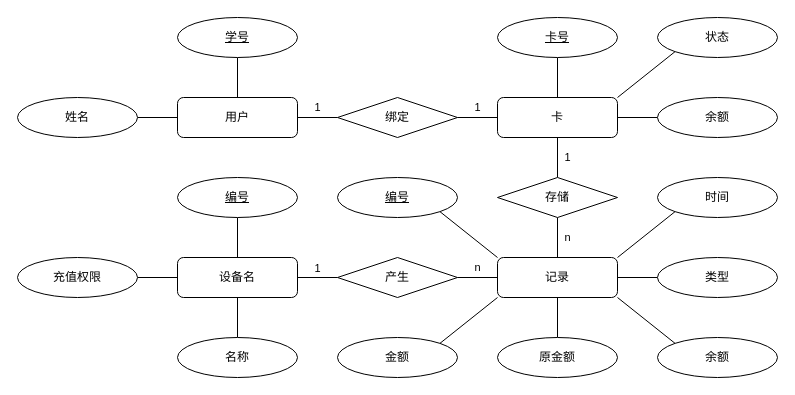
Above: doc/source/ER.drawio in typingbugs/CardManageSystem (draw.io), before the change. Source tidied: cells renumbered, new cells numbered last; positions are measured from the earlier drawing's top-left corner, leaving out a move shared by most shapes. Both pictures are drawn from the tidied source at 100%, with x=0, y=0 at pixel (17, 17).
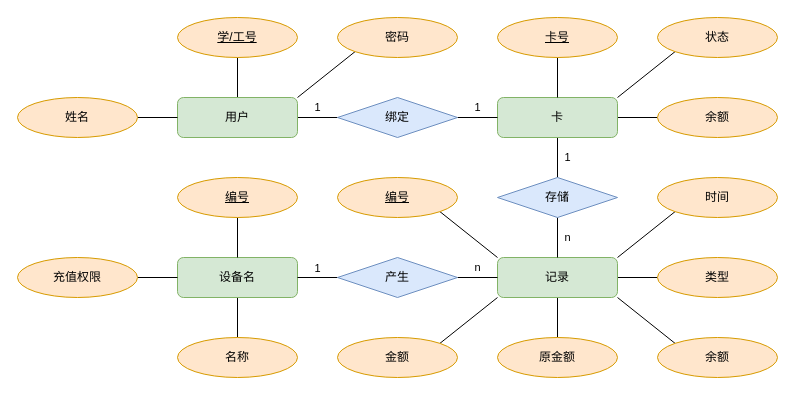
After the change.

What changed in the source:
```diff
@@
-    <mxCell id="4" value="卡" style="rounded=1;whiteSpace=wrap;html=1;" parent="1" vertex="1">
+    <mxCell id="4" value="卡" style="rounded=1;whiteSpace=wrap;html=1;fillColor=#d5e8d4;strokeColor=#82b366;" parent="1" vertex="1">
       <mxGeometry x="480" y="80" width="120" height="40" as="geometry" />
     </mxCell>
@@
+    <mxCell id="44" style="rounded=0;jettySize=auto;html=1;exitX=1;exitY=0;exitDx=0;exitDy=0;entryX=0;entryY=1;entryDx=0;entryDy=0;endArrow=none;endFill=0;" parent="1" edge="1" source="7" target="45">
+      <mxGeometry relative="1" as="geometry" />
+    </mxCell>
-    <mxCell id="7" value="用户" style="rounded=1;whiteSpace=wrap;html=1;" parent="1" vertex="1">
+    <mxCell id="7" value="用户" style="rounded=1;whiteSpace=wrap;html=1;fillColor=#d5e8d4;strokeColor=#82b366;" parent="1" vertex="1">
       <mxGeometry x="160" y="80" width="120" height="40" as="geometry" />
     </mxCell>
@@
-    <mxCell id="13" value="记录" style="rounded=1;whiteSpace=wrap;html=1;" parent="1" vertex="1">
+    <mxCell id="13" value="记录" style="rounded=1;whiteSpace=wrap;html=1;fillColor=#d5e8d4;strokeColor=#82b366;" parent="1" vertex="1">
       <mxGeometry x="480" y="240" width="120" height="40" as="geometry" />
     </mxCell>
-    <mxCell id="14" value="&lt;u&gt;学号&lt;/u&gt;" style="ellipse;whiteSpace=wrap;html=1;" parent="1" vertex="1">
+    <mxCell id="14" value="&lt;u&gt;学/工号&lt;/u&gt;" style="ellipse;whiteSpace=wrap;html=1;fillColor=#ffe6cc;strokeColor=#d79b00;" parent="1" vertex="1">
       <mxGeometry x="160" width="120" height="40" as="geometry" />
     </mxCell>
-    <mxCell id="15" value="余额" style="ellipse;whiteSpace=wrap;html=1;" parent="1" vertex="1">
+    <mxCell id="15" value="余额" style="ellipse;whiteSpace=wrap;html=1;fillColor=#ffe6cc;strokeColor=#d79b00;" parent="1" vertex="1">
       <mxGeometry x="640" y="80" width="120" height="40" as="geometry" />
     </mxCell>
@@
-    <mxCell id="17" value="&lt;u&gt;卡号&lt;/u&gt;" style="ellipse;whiteSpace=wrap;html=1;" parent="1" vertex="1">
+    <mxCell id="17" value="&lt;u&gt;卡号&lt;/u&gt;" style="ellipse;whiteSpace=wrap;html=1;fillColor=#ffe6cc;strokeColor=#d79b00;" parent="1" vertex="1">
       <mxGeometry x="480" width="120" height="40" as="geometry" />
     </mxCell>
@@
-    <mxCell id="19" value="状态" style="ellipse;whiteSpace=wrap;html=1;" parent="1" vertex="1">
+    <mxCell id="19" value="状态" style="ellipse;whiteSpace=wrap;html=1;fillColor=#ffe6cc;strokeColor=#d79b00;" parent="1" vertex="1">
       <mxGeometry x="640" width="120" height="40" as="geometry" />
     </mxCell>
@@
-    <mxCell id="21" value="绑定" style="rhombus;whiteSpace=wrap;html=1;" parent="1" vertex="1">
+    <mxCell id="21" value="绑定" style="rhombus;whiteSpace=wrap;html=1;fillColor=#dae8fc;strokeColor=#6c8ebf;" parent="1" vertex="1">
       <mxGeometry x="320" y="80" width="120" height="40" as="geometry" />
     </mxCell>
@@
-    <mxCell id="23" value="存储" style="rhombus;whiteSpace=wrap;html=1;" parent="1" vertex="1">
+    <mxCell id="23" value="存储" style="rhombus;whiteSpace=wrap;html=1;fillColor=#dae8fc;strokeColor=#6c8ebf;" parent="1" vertex="1">
       <mxGeometry x="480" y="160" width="120" height="40" as="geometry" />
     </mxCell>
@@
-    <mxCell id="25" value="&lt;u&gt;编号&lt;/u&gt;" style="ellipse;whiteSpace=wrap;html=1;" parent="1" vertex="1">
+    <mxCell id="25" value="&lt;u&gt;编号&lt;/u&gt;" style="ellipse;whiteSpace=wrap;html=1;fillColor=#ffe6cc;strokeColor=#d79b00;" parent="1" vertex="1">
       <mxGeometry x="320" y="160" width="120" height="40" as="geometry" />
     </mxCell>
-    <mxCell id="26" value="金额" style="ellipse;whiteSpace=wrap;html=1;" parent="1" vertex="1">
+    <mxCell id="26" value="金额" style="ellipse;whiteSpace=wrap;html=1;fillColor=#ffe6cc;strokeColor=#d79b00;" parent="1" vertex="1">
       <mxGeometry x="320" y="320" width="120" height="40" as="geometry" />
     </mxCell>
-    <mxCell id="27" value="原金额" style="ellipse;whiteSpace=wrap;html=1;" parent="1" vertex="1">
+    <mxCell id="27" value="原金额" style="ellipse;whiteSpace=wrap;html=1;fillColor=#ffe6cc;strokeColor=#d79b00;" parent="1" vertex="1">
       <mxGeometry x="480" y="320" width="120" height="40" as="geometry" />
     </mxCell>
-    <mxCell id="28" value="类型" style="ellipse;whiteSpace=wrap;html=1;" parent="1" vertex="1">
+    <mxCell id="28" value="类型" style="ellipse;whiteSpace=wrap;html=1;fillColor=#ffe6cc;strokeColor=#d79b00;" parent="1" vertex="1">
       <mxGeometry x="640" y="240" width="120" height="40" as="geometry" />
     </mxCell>
-    <mxCell id="29" value="余额" style="ellipse;whiteSpace=wrap;html=1;" parent="1" vertex="1">
+    <mxCell id="29" value="余额" style="ellipse;whiteSpace=wrap;html=1;fillColor=#ffe6cc;strokeColor=#d79b00;" parent="1" vertex="1">
       <mxGeometry x="640" y="320" width="120" height="40" as="geometry" />
     </mxCell>
-    <mxCell id="30" value="时间" style="ellipse;whiteSpace=wrap;html=1;" parent="1" vertex="1">
+    <mxCell id="30" value="时间" style="ellipse;whiteSpace=wrap;html=1;fillColor=#ffe6cc;strokeColor=#d79b00;" parent="1" vertex="1">
       <mxGeometry x="640" y="160" width="120" height="40" as="geometry" />
     </mxCell>
@@
-    <mxCell id="32" value="设备名" style="rounded=1;whiteSpace=wrap;html=1;" parent="1" vertex="1">
+    <mxCell id="32" value="设备名" style="rounded=1;whiteSpace=wrap;html=1;fillColor=#d5e8d4;strokeColor=#82b366;" parent="1" vertex="1">
       <mxGeometry x="160" y="240" width="120" height="40" as="geometry" />
     </mxCell>
@@
-    <mxCell id="36" value="产生" style="rhombus;whiteSpace=wrap;html=1;" parent="1" vertex="1">
+    <mxCell id="36" value="产生" style="rhombus;whiteSpace=wrap;html=1;fillColor=#dae8fc;strokeColor=#6c8ebf;" parent="1" vertex="1">
       <mxGeometry x="320" y="240" width="120" height="40" as="geometry" />
     </mxCell>
@@
-    <mxCell id="38" value="&lt;u&gt;编号&lt;/u&gt;" style="ellipse;whiteSpace=wrap;html=1;" parent="1" vertex="1">
+    <mxCell id="38" value="&lt;u&gt;编号&lt;/u&gt;" style="ellipse;whiteSpace=wrap;html=1;fillColor=#ffe6cc;strokeColor=#d79b00;" parent="1" vertex="1">
       <mxGeometry x="160" y="160" width="120" height="40" as="geometry" />
     </mxCell>
@@
-    <mxCell id="40" value="充值权限" style="ellipse;whiteSpace=wrap;html=1;" parent="1" vertex="1">
+    <mxCell id="40" value="充值权限" style="ellipse;whiteSpace=wrap;html=1;fillColor=#ffe6cc;strokeColor=#d79b00;" parent="1" vertex="1">
       <mxGeometry y="240" width="120" height="40" as="geometry" />
     </mxCell>
-    <mxCell id="41" value="名称" style="ellipse;whiteSpace=wrap;html=1;" parent="1" vertex="1">
+    <mxCell id="41" value="名称" style="ellipse;whiteSpace=wrap;html=1;fillColor=#ffe6cc;strokeColor=#d79b00;" parent="1" vertex="1">
       <mxGeometry x="160" y="320" width="120" height="40" as="geometry" />
     </mxCell>
@@
-    <mxCell id="43" value="姓名" style="ellipse;whiteSpace=wrap;html=1;" parent="1" vertex="1">
+    <mxCell id="43" value="姓名" style="ellipse;whiteSpace=wrap;html=1;fillColor=#ffe6cc;strokeColor=#d79b00;" parent="1" vertex="1">
       <mxGeometry y="80" width="120" height="40" as="geometry" />
     </mxCell>
+    <mxCell id="45" value="密码" style="ellipse;whiteSpace=wrap;html=1;fillColor=#ffe6cc;strokeColor=#d79b00;" parent="1" vertex="1">
+      <mxGeometry x="320" width="120" height="40" as="geometry" />
+    </mxCell>
```
